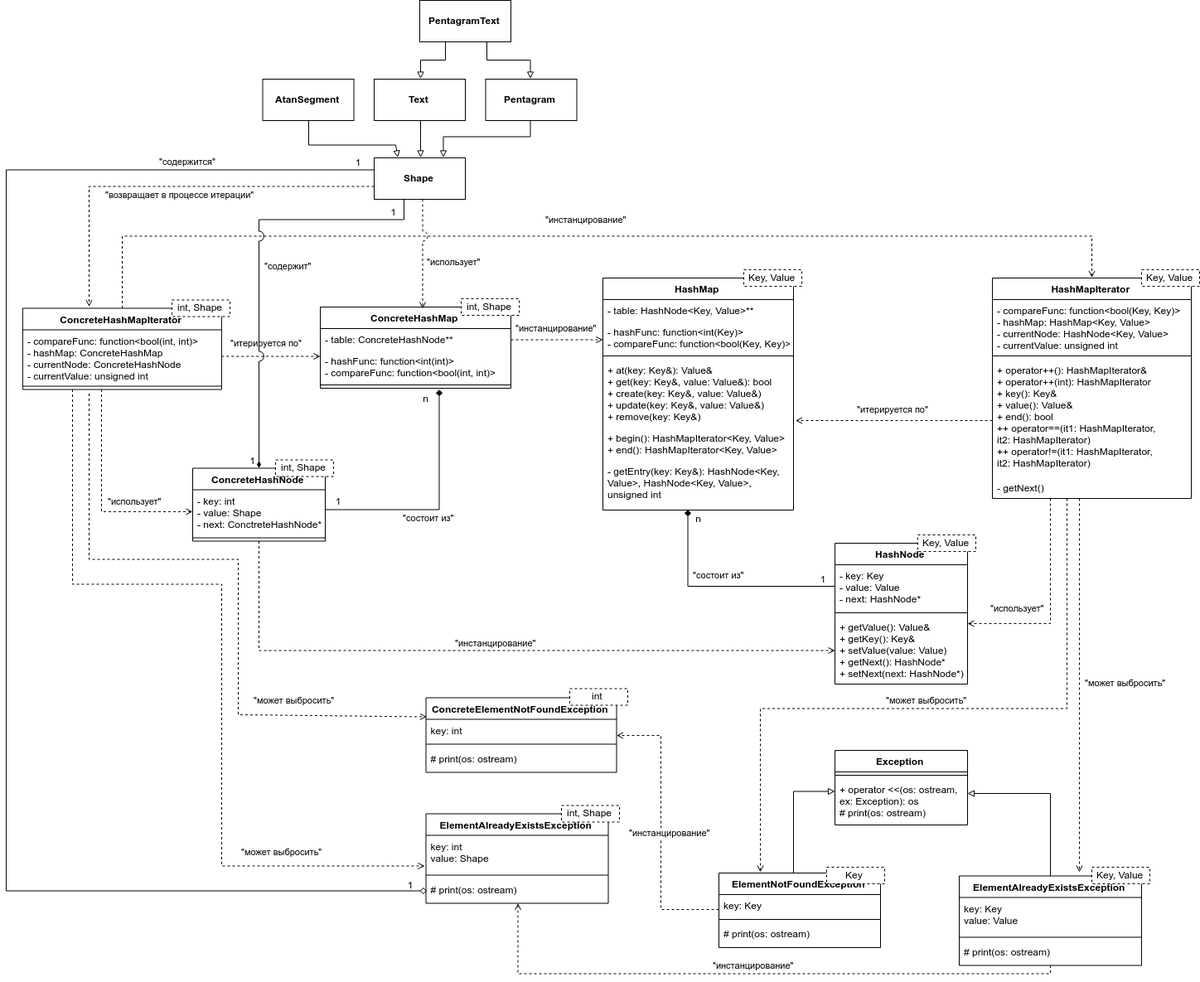
Before: L1/docs/img/container_classes_uml.png, a diagram exported from draw.io (SqrtMinusOne/SEM7_Software_Design). Source tidied: cells renumbered, new cells last; positions are measured from the earlier drawing's top-left corner, leaving out a move shared by most shapes.
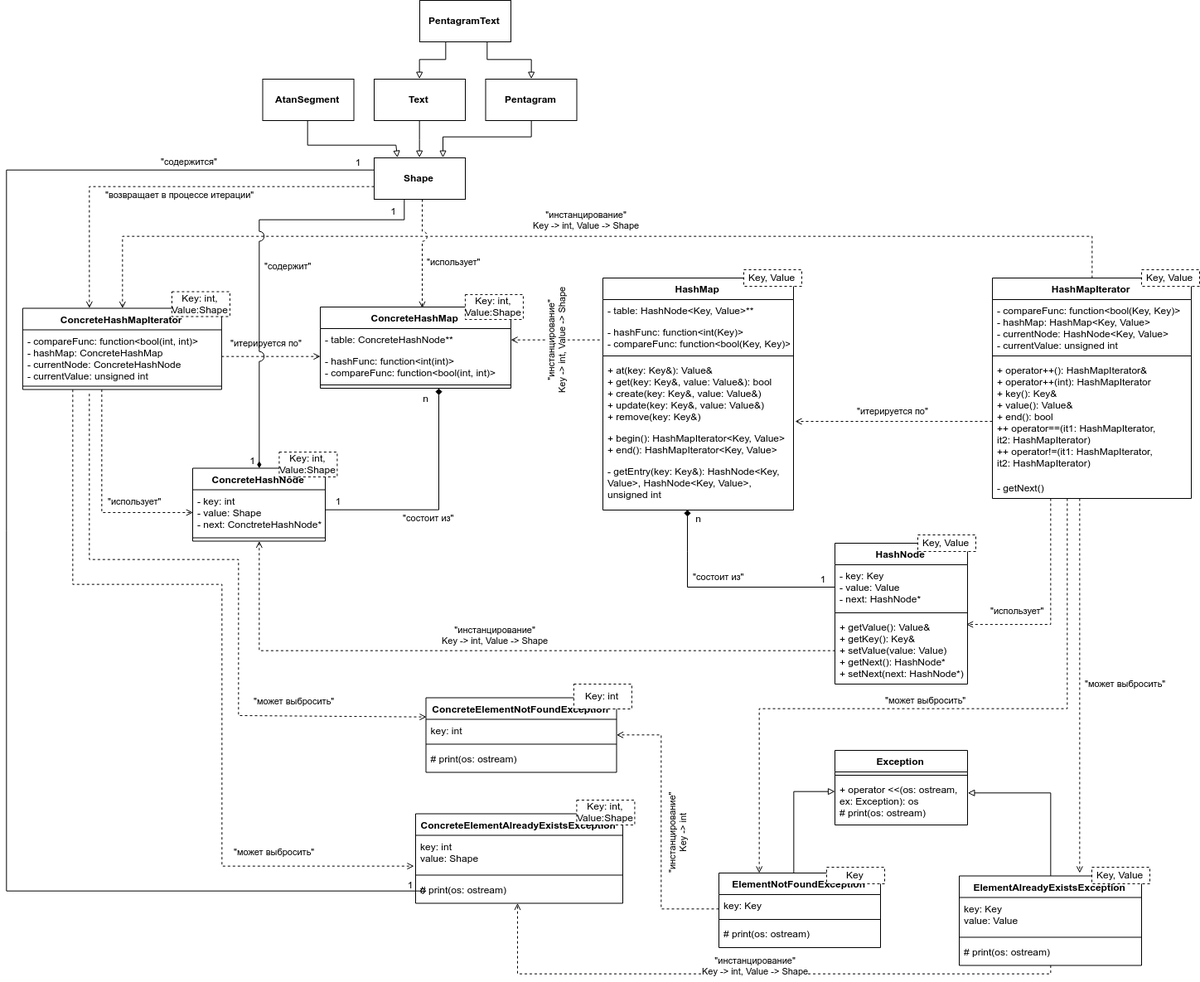
Above is the later version.

What changed in the source:
```diff
@@ -94,9 +94,6 @@
     <mxCell id="27" style="line;strokeWidth=1;fillColor=none;align=left;verticalAlign=middle;spacingTop=-1;spacingLeft=3;spacingRight=3;labelPosition=right;points=[];portConstraint=eastwest;" parent="24" vertex="1">
       <mxGeometry y="90" width="230" height="8" as="geometry" />
     </mxCell>
-    <mxCell id="28" value="int, Shape" style="verticalLabelPosition=middle;verticalAlign=middle;html=1;shape=mxgraph.basic.rect;fillColor=#ffffff;fillColor2=none;strokeColor=#000000;strokeWidth=1;size=20;indent=5;dashed=1;labelPosition=center;align=center;" parent="23" vertex="1">
-      <mxGeometry x="170" width="70" height="20" as="geometry" />
-    </mxCell>
     <mxCell id="29" value="1" style="text;html=1;strokeColor=none;fillColor=none;align=center;verticalAlign=middle;whiteSpace=wrap;rounded=0;" parent="23" vertex="1">
       <mxGeometry x="6" y="234" width="30" height="20" as="geometry" />
     </mxCell>
@@ -115,8 +112,8 @@
     <mxCell id="34" style="line;strokeWidth=1;fillColor=none;align=left;verticalAlign=middle;spacingTop=-1;spacingLeft=3;spacingRight=3;labelPosition=right;points=[];portConstraint=eastwest;" parent="32" vertex="1">
       <mxGeometry y="90" width="240" height="8" as="geometry" />
     </mxCell>
-    <mxCell id="35" value="int, Shape" style="verticalLabelPosition=middle;verticalAlign=middle;html=1;shape=mxgraph.basic.rect;fillColor=#ffffff;fillColor2=none;strokeColor=#000000;strokeWidth=1;size=20;indent=5;dashed=1;labelPosition=center;align=center;" parent="31" vertex="1">
-      <mxGeometry x="180" width="70" height="20" as="geometry" />
+    <mxCell id="35" value="Key: int,&lt;br&gt;Value:Shape" style="verticalLabelPosition=middle;verticalAlign=middle;html=1;shape=mxgraph.basic.rect;fillColor=#ffffff;fillColor2=none;strokeColor=#000000;strokeWidth=1;size=20;indent=5;dashed=1;labelPosition=center;align=center;" parent="31" vertex="1">
+      <mxGeometry x="180" y="-10" width="70" height="30" as="geometry" />
     </mxCell>
     <mxCell id="36" style="group;" parent="1" vertex="1">
       <mxGeometry x="1000" y="645" width="170" height="180" as="geometry" />
@@ -148,9 +145,6 @@
     <mxCell id="45" style="line;strokeWidth=1;fillColor=none;align=left;verticalAlign=middle;spacingTop=-1;spacingLeft=3;spacingRight=3;labelPosition=right;" parent="43" vertex="1">
       <mxGeometry y="80" width="160" height="8" as="geometry" />
     </mxCell>
-    <mxCell id="46" value="int, Shape" style="verticalLabelPosition=middle;verticalAlign=middle;html=1;shape=mxgraph.basic.rect;fillColor=#ffffff;fillColor2=none;strokeColor=#000000;strokeWidth=1;size=20;indent=5;dashed=1;labelPosition=center;align=center;" parent="42" vertex="1">
-      <mxGeometry x="75.5" y="-59.5" width="70" height="20" as="geometry" />
-    </mxCell>
     <mxCell id="47" value="&quot;состоит из&quot;" style="edgeStyle=orthogonalEdgeStyle;rounded=0;jettySize=auto;html=1;endArrow=diamond;endFill=1;entryX=0.62;entryY=1.083;entryDx=0;entryDy=0;entryPerimeter=0;" parent="1" edge="1" target="27">
       <mxGeometry x="-0.12" y="-10" relative="1" as="geometry">
         <mxPoint x="384.5" y="614" as="sourcePoint" />
@@ -174,14 +168,14 @@
         </Array>
       </mxGeometry>
     </mxCell>
-    <mxCell id="50" value="&quot;инстанцирование&quot;" style="edgeStyle=orthogonalEdgeStyle;rounded=0;jettySize=auto;html=1;entryX=-0.004;entryY=0.589;entryDx=0;entryDy=0;entryPerimeter=0;dashed=1;startArrow=none;startFill=0;endArrow=open;endFill=0;strokeColor=#000000;strokeWidth=1;" parent="1" edge="1" source="25" target="10">
-      <mxGeometry y="14" relative="1" as="geometry">
+    <mxCell id="50" value="&quot;инстанцирование&quot;&lt;br&gt;Key -&amp;gt; int, Value -&amp;gt; Shape" style="edgeStyle=orthogonalEdgeStyle;rounded=0;jettySize=auto;html=1;entryX=-0.004;entryY=0.589;entryDx=0;entryDy=0;entryPerimeter=0;dashed=1;startArrow=open;startFill=0;endArrow=none;endFill=0;strokeColor=#000000;strokeWidth=1;horizontal=0;" parent="1" edge="1" source="25" target="10">
+      <mxGeometry relative="1" as="geometry">
         <Array as="points">
           <mxPoint x="664" y="409" />
         </Array>
       </mxGeometry>
     </mxCell>
-    <mxCell id="51" value="&quot;инстанцирование&quot;" style="edgeStyle=orthogonalEdgeStyle;rounded=0;jettySize=auto;html=1;entryX=0.5;entryY=0;entryDx=0;entryDy=0;dashed=1;startArrow=none;startFill=0;endArrow=open;endFill=0;strokeColor=#000000;strokeWidth=1;" parent="1" edge="1" source="32" target="17">
+    <mxCell id="51" value="&quot;инстанцирование&quot;&lt;br&gt;Key -&amp;gt; int, Value -&amp;gt; Shape" style="edgeStyle=orthogonalEdgeStyle;rounded=0;jettySize=auto;html=1;entryX=0.5;entryY=0;entryDx=0;entryDy=0;dashed=1;startArrow=open;startFill=0;endArrow=none;endFill=0;strokeColor=#000000;strokeWidth=1;" parent="1" edge="1" source="32" target="17">
       <mxGeometry x="-0.01" y="20" relative="1" as="geometry">
         <Array as="points">
           <mxPoint x="140" y="285" />
@@ -189,8 +183,8 @@
         </Array>
       </mxGeometry>
     </mxCell>
-    <mxCell id="52" value="&quot;инстанцирование&quot;" style="edgeStyle=orthogonalEdgeStyle;rounded=0;jettySize=auto;html=1;dashed=1;startArrow=none;startFill=0;endArrow=open;endFill=0;strokeColor=#000000;strokeWidth=1;" parent="1" edge="1" source="43" target="40">
-      <mxGeometry x="0.01" y="9" relative="1" as="geometry" />
+    <mxCell id="52" value="&quot;инстанцирование&quot;&lt;br&gt;Key -&amp;gt; int, Value -&amp;gt; Shape" style="edgeStyle=orthogonalEdgeStyle;rounded=0;jettySize=auto;html=1;dashed=1;startArrow=open;startFill=0;endArrow=none;endFill=0;strokeColor=#000000;strokeWidth=1;" parent="1" edge="1" source="43" target="40">
+      <mxGeometry x="0.01" y="19" relative="1" as="geometry" />
     </mxCell>
     <mxCell id="53" value="Exception" style="swimlane;fontStyle=1;align=center;verticalAlign=top;horizontal=1;startSize=26;" parent="1" vertex="1">
       <mxGeometry x="1000" y="905" width="160" height="90" as="geometry" />
@@ -204,8 +198,8 @@
     <mxCell id="56" style="group;" parent="1" vertex="1">
       <mxGeometry x="860" y="1046" width="200" height="97" as="geometry" />
     </mxCell>
-    <mxCell id="57" value="&quot;инстанцирование&quot;" style="edgeStyle=orthogonalEdgeStyle;rounded=0;jettySize=auto;html=1;dashed=1;startArrow=none;startFill=0;endArrow=open;endFill=0;strokeColor=#000000;strokeWidth=1;" parent="56" edge="1" source="58" target="66">
-      <mxGeometry x="-0.03" y="-11" relative="1" as="geometry">
+    <mxCell id="57" value="&quot;инстанцирование&quot;&lt;br&gt;Key -&amp;gt; int" style="edgeStyle=orthogonalEdgeStyle;rounded=0;jettySize=auto;html=1;dashed=1;startArrow=none;startFill=0;endArrow=open;endFill=0;strokeColor=#000000;strokeWidth=1;horizontal=0;" parent="56" edge="1" source="58" target="66">
+      <mxGeometry x="-0.03" y="-20" relative="1" as="geometry">
         <Array as="points">
           <mxPoint x="-70" y="50" />
           <mxPoint x="-70" y="-160" />
@@ -294,22 +288,19 @@
         </Array>
       </mxGeometry>
     </mxCell>
-    <mxCell id="80" value="int" style="verticalLabelPosition=middle;verticalAlign=middle;html=1;shape=mxgraph.basic.rect;fillColor=#ffffff;fillColor2=none;strokeColor=#000000;strokeWidth=1;size=20;indent=5;dashed=1;labelPosition=center;align=center;" parent="1" vertex="1">
-      <mxGeometry x="680" y="830.5" width="70" height="20" as="geometry" />
-    </mxCell>
-    <mxCell id="81" value="ElementAlreadyExistsException" style="swimlane;fontStyle=1;align=center;verticalAlign=top;horizontal=1;startSize=26;" parent="1" vertex="1">
-      <mxGeometry x="506.5" y="981.5" width="220" height="108" as="geometry" />
+    <mxCell id="81" value="ConcreteElementAlreadyExistsException" style="swimlane;fontStyle=1;align=center;verticalAlign=top;horizontal=1;startSize=26;" parent="1" vertex="1">
+      <mxGeometry x="494" y="981.5" width="250" height="108" as="geometry" />
     </mxCell>
     <mxCell id="82" value="key: int&#10;value: Shape" style="text;strokeColor=none;fillColor=none;align=left;verticalAlign=top;spacingLeft=4;spacingRight=4;overflow=hidden;points=[[0,0.5],[1,0.5]];portConstraint=eastwest;dashed=1;" parent="81" vertex="1">
-      <mxGeometry y="26" width="220" height="44" as="geometry" />
+      <mxGeometry y="26" width="250" height="44" as="geometry" />
     </mxCell>
     <mxCell id="83" style="line;strokeWidth=1;fillColor=none;align=left;verticalAlign=middle;spacingTop=-1;spacingLeft=3;spacingRight=3;labelPosition=right;" parent="81" vertex="1">
-      <mxGeometry y="70" width="220" height="8" as="geometry" />
+      <mxGeometry y="70" width="250" height="8" as="geometry" />
     </mxCell>
     <mxCell id="84" value="# print(os: ostream)" style="text;strokeColor=none;fillColor=none;align=left;verticalAlign=top;spacingLeft=4;spacingRight=4;overflow=hidden;" parent="81" vertex="1">
-      <mxGeometry y="78" width="220" height="30" as="geometry" />
+      <mxGeometry y="78" width="250" height="30" as="geometry" />
     </mxCell>
-    <mxCell id="85" value="&quot;инстанцирование&quot;" style="edgeStyle=orthogonalEdgeStyle;rounded=0;jettySize=auto;html=1;dashed=1;startArrow=none;startFill=0;endArrow=open;endFill=0;strokeColor=#000000;strokeWidth=1;" parent="1" edge="1" source="71" target="81">
+    <mxCell id="85" value="&quot;инстанцирование&quot;&lt;br&gt;Key -&amp;gt; int, Value -&amp;gt; Shape" style="edgeStyle=orthogonalEdgeStyle;rounded=0;jettySize=auto;html=1;dashed=1;startArrow=none;startFill=0;endArrow=open;endFill=0;strokeColor=#000000;strokeWidth=1;" parent="1" edge="1" source="71" target="81">
       <mxGeometry x="-0.01" y="-10" relative="1" as="geometry">
         <Array as="points">
           <mxPoint x="1260" y="1175" />
@@ -317,9 +308,6 @@
         </Array>
       </mxGeometry>
     </mxCell>
-    <mxCell id="86" value="int, Shape" style="verticalLabelPosition=middle;verticalAlign=middle;html=1;shape=mxgraph.basic.rect;fillColor=#ffffff;fillColor2=none;strokeColor=#000000;strokeWidth=1;size=20;indent=5;dashed=1;labelPosition=center;align=center;" parent="1" vertex="1">
-      <mxGeometry x="670" y="971.5" width="70" height="20" as="geometry" />
-    </mxCell>
     <mxCell id="87" value="&quot;может выбросить&quot;" style="edgeStyle=orthogonalEdgeStyle;rounded=0;jettySize=auto;html=1;entryX=0;entryY=0.25;entryDx=0;entryDy=0;dashed=1;startArrow=none;startFill=0;endArrow=open;endFill=0;strokeColor=#000000;strokeWidth=1;" parent="1" edge="1" target="66">
       <mxGeometry x="0.6" y="18" relative="1" as="geometry">
         <mxPoint x="100" y="475" as="sourcePoint" />
@@ -434,5 +422,17 @@
     <mxCell id="106" value="1" style="text;html=1;strokeColor=none;fillColor=none;align=center;verticalAlign=middle;whiteSpace=wrap;rounded=0;" parent="1" vertex="1">
       <mxGeometry x="404" y="185" width="40" height="20" as="geometry" />
     </mxCell>
+    <mxCell id="107" value="Key: int,&lt;br&gt;Value:Shape" style="verticalLabelPosition=middle;verticalAlign=middle;html=1;shape=mxgraph.basic.rect;fillColor=#ffffff;fillColor2=none;strokeColor=#000000;strokeWidth=1;size=20;indent=5;dashed=1;labelPosition=center;align=center;" parent="1" vertex="1">
+      <mxGeometry x="329.4" y="545" width="70" height="30" as="geometry" />
+    </mxCell>
+    <mxCell id="108" value="Key: int,&lt;br&gt;Value:Shape" style="verticalLabelPosition=middle;verticalAlign=middle;html=1;shape=mxgraph.basic.rect;fillColor=#ffffff;fillColor2=none;strokeColor=#000000;strokeWidth=1;size=20;indent=5;dashed=1;labelPosition=center;align=center;" parent="1" vertex="1">
+      <mxGeometry x="553.9" y="355" width="70" height="30" as="geometry" />
+    </mxCell>
+    <mxCell id="109" value="Key: int" style="verticalLabelPosition=middle;verticalAlign=middle;html=1;shape=mxgraph.basic.rect;fillColor=#ffffff;fillColor2=none;strokeColor=#000000;strokeWidth=1;size=20;indent=5;dashed=1;labelPosition=center;align=center;" parent="1" vertex="1">
+      <mxGeometry x="684.9" y="825" width="70" height="30" as="geometry" />
+    </mxCell>
+    <mxCell id="110" value="Key: int,&lt;br&gt;Value:Shape" style="verticalLabelPosition=middle;verticalAlign=middle;html=1;shape=mxgraph.basic.rect;fillColor=#ffffff;fillColor2=none;strokeColor=#000000;strokeWidth=1;size=20;indent=5;dashed=1;labelPosition=center;align=center;" parent="1" vertex="1">
+      <mxGeometry x="688.4" y="965" width="70" height="30" as="geometry" />
+    </mxCell>
   </root>
 </mxGraphModel>
```
